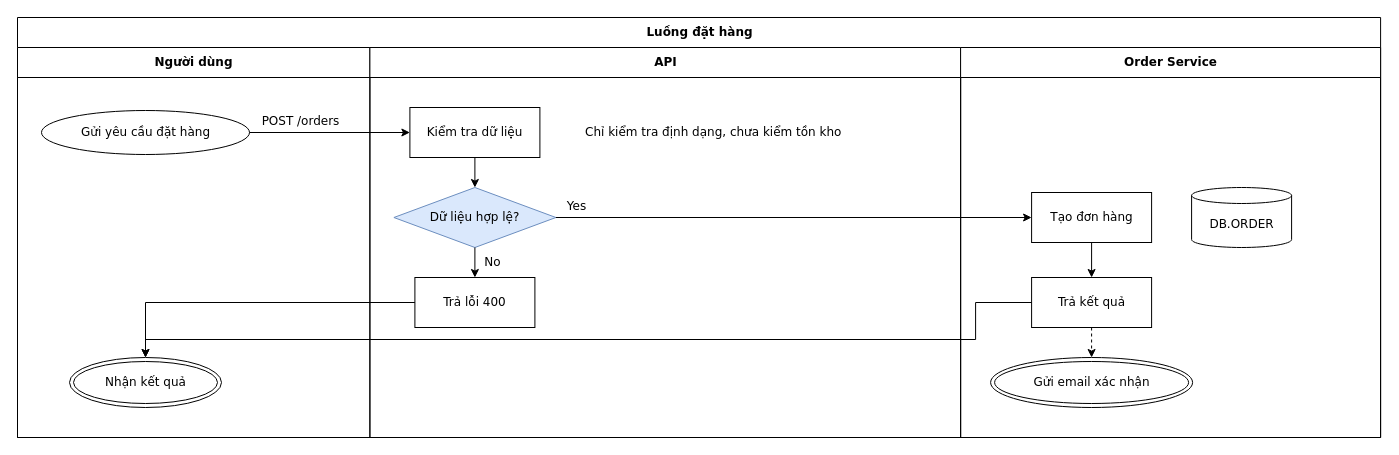
Above: conformance/merge/no-marks/flow.drawio in luytbq/flowcast (draw.io), before the change. Source tidied: cells renumbered, new cells numbered last; positions are measured from the earlier drawing's top-left corner, leaving out a move shared by most shapes. Both pictures are drawn from the tidied source at 100%, with x=0, y=0 at pixel (17, 17).
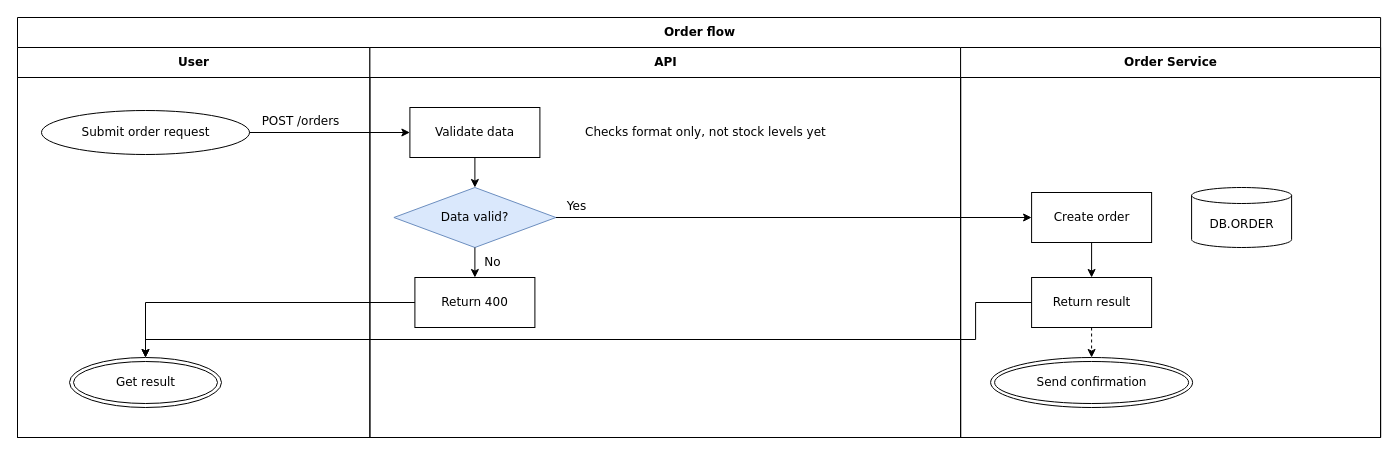
Above is the later version.

Unchanged cells that the change refers to:
```xml
<mxCell id="4" value="API" style="swimlane;html=1;startSize=30;fontFamily=Verdana;fontSize=12;" parent="2" vertex="1">
  <mxGeometry x="352.4" y="30" width="590.8" height="390" as="geometry" />
</mxCell>
<mxCell id="5" value="Order Service" style="swimlane;html=1;startSize=30;fontFamily=Verdana;fontSize=12;" parent="2" vertex="1">
  <mxGeometry x="943.1" y="30" width="420" height="390" as="geometry" />
</mxCell>
```

The edit, as a diff of the source:
```diff
@@
-    <mxCell id="2" value="Luồng đặt hàng" style="swimlane;html=1;startSize=30;fontStyle=1;fontFamily=Verdana;fontSize=12;" parent="1" vertex="1">
+    <mxCell id="2" value="Order flow" style="swimlane;html=1;startSize=30;fontStyle=1;fontFamily=Verdana;fontSize=12;" parent="1" vertex="1">
       <mxGeometry width="1363.1" height="420" as="geometry" />
     </mxCell>
-    <mxCell id="3" value="Người dùng" style="swimlane;html=1;startSize=30;fontFamily=Verdana;fontSize=12;" parent="2" vertex="1">
+    <mxCell id="3" value="User" style="swimlane;html=1;startSize=30;fontFamily=Verdana;fontSize=12;" parent="2" vertex="1">
       <mxGeometry y="30" width="352.4" height="390" as="geometry" />
     </mxCell>
@@
-    <mxCell id="6" value="Gửi yêu cầu đặt hàng" style="ellipse;html=1;fontFamily=Verdana;fontSize=12;" parent="3" vertex="1">
+    <mxCell id="6" value="Submit order request" style="ellipse;html=1;fontFamily=Verdana;fontSize=12;" parent="3" vertex="1">
       <mxGeometry x="24" y="63" width="208" height="44" as="geometry" />
     </mxCell>
-    <mxCell id="7" value="Kiểm tra dữ liệu" style="rounded=0;html=1;fontFamily=Verdana;fontSize=12;" parent="4" vertex="1">
+    <mxCell id="7" value="Validate data" style="rounded=0;html=1;fontFamily=Verdana;fontSize=12;" parent="4" vertex="1">
       <mxGeometry x="40" y="60" width="130" height="50" as="geometry" />
     </mxCell>
-    <mxCell id="8" value="Chỉ kiểm tra định dạng, chưa kiểm tồn kho" style="text;html=1;align=left;verticalAlign=middle;spacingLeft=4;fontFamily=Verdana;fontSize=12;" parent="4" vertex="1">
+    <mxCell id="8" value="Checks format only, not stock levels yet" style="text;html=1;align=left;verticalAlign=middle;spacingLeft=4;fontFamily=Verdana;fontSize=12;" parent="4" vertex="1">
       <mxGeometry x="210" y="71" width="280" height="28" as="geometry" />
     </mxCell>
-    <mxCell id="9" value="Dữ liệu hợp lệ?" style="rhombus;html=1;fillColor=#dae8fc;strokeColor=#6c8ebf;fontFamily=Verdana;fontSize=12;" parent="4" vertex="1">
+    <mxCell id="9" value="Data valid?" style="rhombus;html=1;fillColor=#dae8fc;strokeColor=#6c8ebf;fontFamily=Verdana;fontSize=12;" parent="4" vertex="1">
       <mxGeometry x="24" y="140" width="162" height="60" as="geometry" />
     </mxCell>
-    <mxCell id="10" value="Trả lỗi 400" style="rounded=0;html=1;fontFamily=Verdana;fontSize=12;" parent="4" vertex="1">
+    <mxCell id="10" value="Return 400" style="rounded=0;html=1;fontFamily=Verdana;fontSize=12;" parent="4" vertex="1">
       <mxGeometry x="45" y="230" width="120" height="50" as="geometry" />
     </mxCell>
-    <mxCell id="11" value="Tạo đơn hàng" style="rounded=0;html=1;fontFamily=Verdana;fontSize=12;" parent="5" vertex="1">
+    <mxCell id="11" value="Create order" style="rounded=0;html=1;fontFamily=Verdana;fontSize=12;" parent="5" vertex="1">
       <mxGeometry x="71" y="145" width="120" height="50" as="geometry" />
     </mxCell>
@@
-    <mxCell id="13" value="Trả kết quả" style="rounded=0;html=1;fontFamily=Verdana;fontSize=12;" parent="5" vertex="1">
+    <mxCell id="13" value="Return result" style="rounded=0;html=1;fontFamily=Verdana;fontSize=12;" parent="5" vertex="1">
       <mxGeometry x="71" y="230" width="120" height="50" as="geometry" />
     </mxCell>
-    <mxCell id="14" value="Nhận kết quả" style="shape=doubleEllipse;html=1;fontFamily=Verdana;fontSize=12;" parent="3" vertex="1">
+    <mxCell id="14" value="Get result" style="shape=doubleEllipse;html=1;fontFamily=Verdana;fontSize=12;" parent="3" vertex="1">
       <mxGeometry x="52" y="310" width="152" height="50" as="geometry" />
     </mxCell>
-    <mxCell id="15" value="Gửi email xác nhận" style="shape=doubleEllipse;html=1;fontFamily=Verdana;fontSize=12;" parent="5" vertex="1">
+    <mxCell id="15" value="Send confirmation" style="shape=doubleEllipse;html=1;fontFamily=Verdana;fontSize=12;" parent="5" vertex="1">
       <mxGeometry x="30" y="310" width="202" height="50" as="geometry" />
     </mxCell>
```
